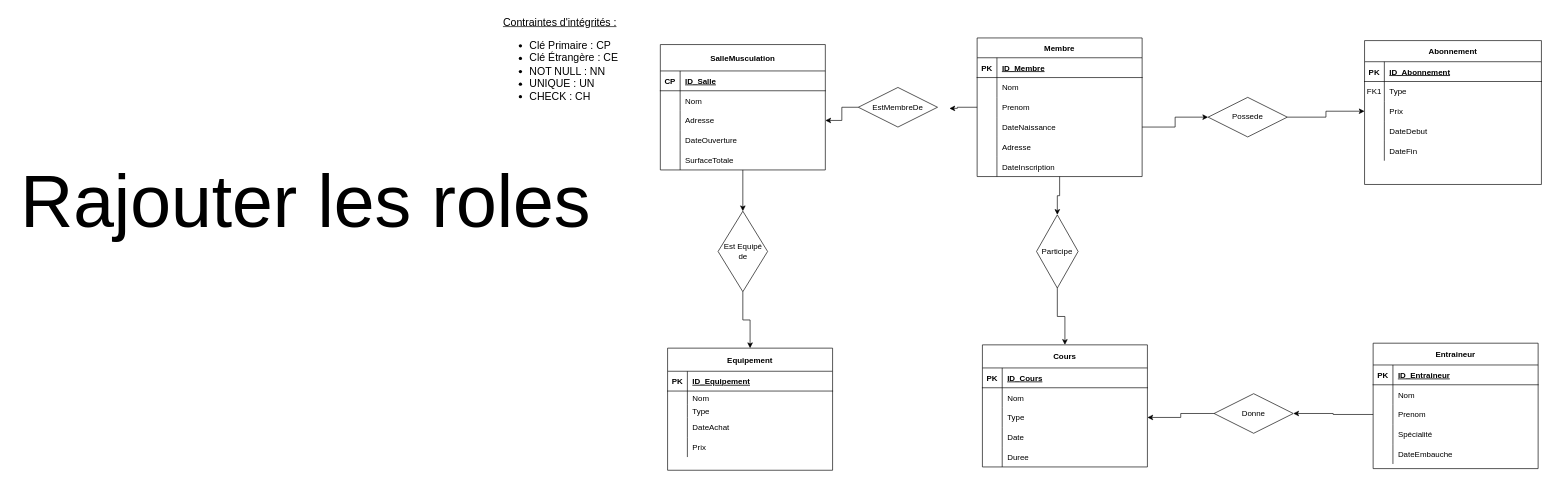
Before: SchémaE/R.drawio in uvsqNathanAmoussou/SalleDeMuscuBDD, a draw.io diagram. Source tidied: cells renumbered, new cells numbered last; positions are measured from the earlier drawing's top-left corner, leaving out a move shared by most shapes. Both pictures are drawn from the tidied source at 66%, with x=0, y=0 at pixel (11, 11).
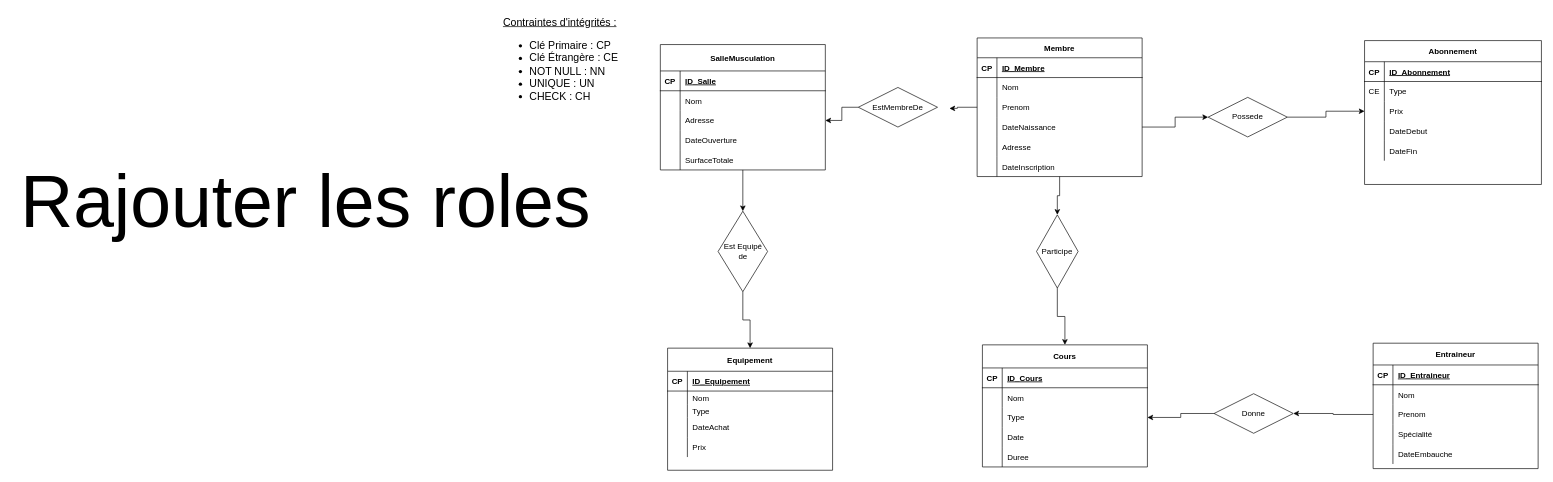
Above is the later version.

Commit message:
Mettre à jour R.drawio

Unchanged cells that the change refers to:
```xml
<mxCell id="4" style="shape=partialRectangle;fillColor=none;top=0;left=0;right=0;bottom=1;" parent="3" vertex="1">
  <mxGeometry y="30" width="250" height="30" as="geometry" />
</mxCell>
<mxCell id="23" style="shape=partialRectangle;fillColor=none;top=0;left=0;right=0;bottom=1;" parent="22" vertex="1">
  <mxGeometry y="32" width="268" height="30" as="geometry" />
</mxCell>
<mxCell id="26" style="shape=partialRectangle;fillColor=none;top=0;left=0;right=0;bottom=0;" parent="22" vertex="1">
  <mxGeometry y="62" width="268" height="30" as="geometry" />
</mxCell>
<mxCell id="56" style="shape=partialRectangle;fillColor=none;top=0;left=0;right=0;bottom=1;" parent="55" vertex="1">
  <mxGeometry y="35" width="250" height="30" as="geometry" />
</mxCell>
<mxCell id="72" style="shape=partialRectangle;fillColor=none;top=0;left=0;right=0;bottom=1;" parent="71" vertex="1">
  <mxGeometry y="35" width="250" height="30" as="geometry" />
</mxCell>
<mxCell id="88" style="shape=partialRectangle;fillColor=none;top=0;left=0;right=0;bottom=1;" parent="87" vertex="1">
  <mxGeometry y="33" width="250" height="30" as="geometry" />
</mxCell>
```

The edit, as a diff of the source:
```diff
@@
-    <mxCell id="5" value="PK" style="shape=partialRectangle;overflow=hidden;fillColor=none;top=0;left=0;bottom=0;right=0;fontStyle=1;" parent="4" vertex="1">
+    <mxCell id="5" value="CP" style="shape=partialRectangle;overflow=hidden;fillColor=none;top=0;left=0;bottom=0;right=0;fontStyle=1;" parent="4" vertex="1">
       <mxGeometry width="30" height="30" as="geometry" />
     </mxCell>
@@
-    <mxCell id="24" value="PK" style="shape=partialRectangle;overflow=hidden;fillColor=none;top=0;left=0;bottom=0;right=0;fontStyle=1;" parent="23" vertex="1">
+    <mxCell id="24" value="CP" style="shape=partialRectangle;overflow=hidden;fillColor=none;top=0;left=0;bottom=0;right=0;fontStyle=1;" parent="23" vertex="1">
       <mxGeometry width="30" height="30" as="geometry" />
     </mxCell>
@@
-    <mxCell id="27" value="FK1" style="shape=partialRectangle;overflow=hidden;fillColor=none;top=0;left=0;bottom=0;right=0;" parent="26" vertex="1">
+    <mxCell id="27" value="CE" style="shape=partialRectangle;overflow=hidden;fillColor=none;top=0;left=0;bottom=0;right=0;" parent="26" vertex="1">
       <mxGeometry width="30" height="30" as="geometry" />
     </mxCell>
@@
-    <mxCell id="57" value="PK" style="shape=partialRectangle;overflow=hidden;fillColor=none;top=0;left=0;bottom=0;right=0;fontStyle=1;" parent="56" vertex="1">
+    <mxCell id="57" value="CP" style="shape=partialRectangle;overflow=hidden;fillColor=none;top=0;left=0;bottom=0;right=0;fontStyle=1;" parent="56" vertex="1">
       <mxGeometry width="30" height="30" as="geometry" />
     </mxCell>
@@
-    <mxCell id="73" value="PK" style="shape=partialRectangle;overflow=hidden;fillColor=none;top=0;left=0;bottom=0;right=0;fontStyle=1;" parent="72" vertex="1">
+    <mxCell id="73" value="CP" style="shape=partialRectangle;overflow=hidden;fillColor=none;top=0;left=0;bottom=0;right=0;fontStyle=1;" parent="72" vertex="1">
       <mxGeometry width="30" height="30" as="geometry" />
     </mxCell>
@@
-    <mxCell id="89" value="PK" style="shape=partialRectangle;overflow=hidden;fillColor=none;top=0;left=0;bottom=0;right=0;fontStyle=1;" parent="88" vertex="1">
+    <mxCell id="89" value="CP" style="shape=partialRectangle;overflow=hidden;fillColor=none;top=0;left=0;bottom=0;right=0;fontStyle=1;" parent="88" vertex="1">
       <mxGeometry width="30" height="30" as="geometry" />
     </mxCell>
```
